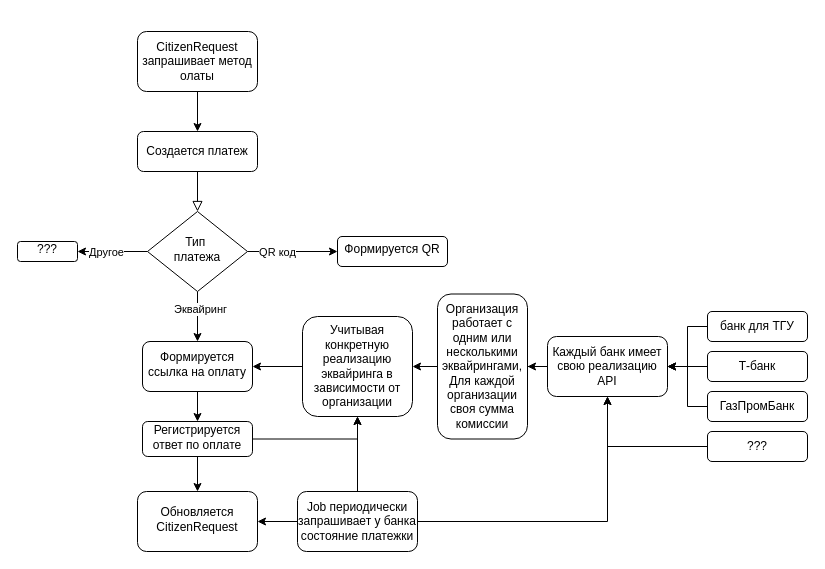
Before: Диаграмма без названия.drawio in galemwendar/galemwendar, a draw.io diagram. Source tidied: cells renumbered, new cells numbered last; positions are measured from the earlier drawing's top-left corner, leaving out a move shared by most shapes. Both pictures are drawn from the tidied source at 100%, with x=0, y=0 at pixel (17, 31).
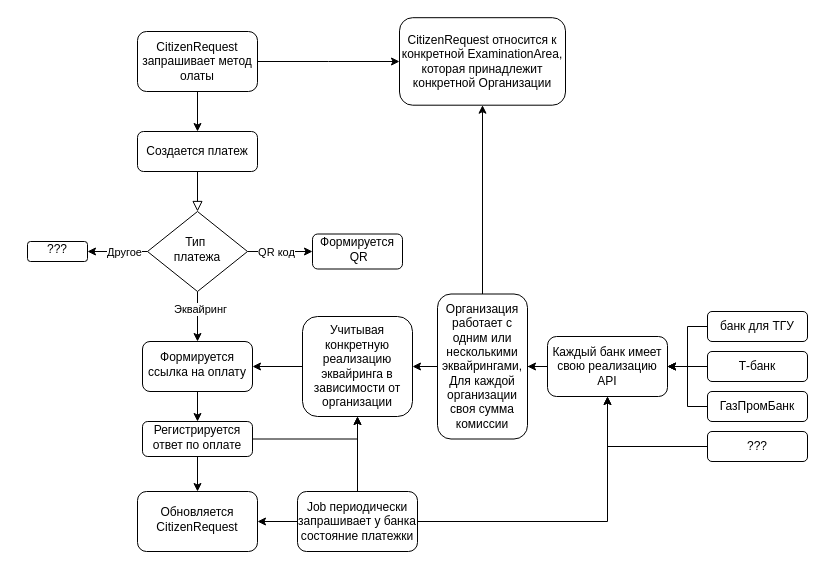
The same page after the edit.

Commit message (it also covers changes not shown here):
Flow_Im_Payments

Unchanged cells that the change refers to:
```xml
<mxCell id="4" style="edgeStyle=orthogonalEdgeStyle;rounded=0;jettySize=auto;html=1;" parent="1" edge="1" source="10" target="11">
  <mxGeometry relative="1" as="geometry" />
</mxCell>
<mxCell id="6" style="edgeStyle=orthogonalEdgeStyle;rounded=0;jettySize=auto;html=1;" parent="1" edge="1" source="10" target="12">
  <mxGeometry relative="1" as="geometry" />
</mxCell>
<mxCell id="26" value="CitizenRequest запрашивает метод олаты" style="rounded=1;whiteSpace=wrap;html=1;" parent="1" vertex="1">
  <mxGeometry x="120" width="120" height="60" as="geometry" />
</mxCell>
<mxCell id="30" value="&lt;div&gt;Организация&lt;/div&gt;&lt;div&gt;работает с одним или несколькими эквайрингами, Для каждой организации своя сумма комиссии&lt;br&gt;&lt;/div&gt;" style="rounded=1;whiteSpace=wrap;html=1;" parent="1" vertex="1">
  <mxGeometry x="420" y="262.5" width="90" height="145" as="geometry" />
</mxCell>
```

Diff of the diagram source:
```diff
@@
     <mxCell id="5" value="Другое" style="edgeLabel;html=1;align=center;verticalAlign=middle;" parent="4" vertex="1">
-      <mxGeometry x="0.21" relative="1" as="geometry" />
+      <mxGeometry x="0.21" relative="1" as="geometry">
+        <mxPoint x="12" as="offset" />
+      </mxGeometry>
     </mxCell>
@@
     <mxCell id="7" value="QR код" style="edgeLabel;html=1;align=center;verticalAlign=middle;" parent="6" vertex="1">
-      <mxGeometry x="-0.35" relative="1" as="geometry" />
+      <mxGeometry x="-0.35" relative="1" as="geometry">
+        <mxPoint x="7" as="offset" />
+      </mxGeometry>
     </mxCell>
@@
     <mxCell id="11" value="&lt;div&gt;???&lt;/div&gt;" style="rounded=1;whiteSpace=wrap;html=1;shadow=0;strokeWidth=1;spacing=6;spacingTop=-4;" parent="1" vertex="1">
-      <mxGeometry y="210" width="60" height="20" as="geometry" />
+      <mxGeometry x="10" y="210" width="60" height="20" as="geometry" />
     </mxCell>
-    <mxCell id="12" value="Формируется QR" style="rounded=1;whiteSpace=wrap;html=1;shadow=0;strokeWidth=1;spacing=6;spacingTop=-4;" parent="1" vertex="1">
-      <mxGeometry x="320" y="205" width="110" height="30" as="geometry" />
+    <mxCell id="12" value="&lt;div&gt;Формируется&lt;/div&gt;&lt;div&gt;&amp;nbsp;QR&lt;/div&gt;" style="rounded=1;whiteSpace=wrap;html=1;shadow=0;strokeWidth=1;spacing=6;spacingTop=-4;" parent="1" vertex="1">
+      <mxGeometry x="295" y="202.5" width="90" height="35" as="geometry" />
     </mxCell>
@@
+    <mxCell id="39" style="edgeStyle=orthogonalEdgeStyle;rounded=0;jettySize=auto;html=1;" parent="1" edge="1" source="26" target="41">
+      <mxGeometry relative="1" as="geometry" />
+    </mxCell>
@@
+    <mxCell id="40" style="edgeStyle=orthogonalEdgeStyle;rounded=0;jettySize=auto;html=1;" parent="1" edge="1" source="30" target="41">
+      <mxGeometry relative="1" as="geometry" />
+    </mxCell>
@@
+    <mxCell id="41" value="CitizenRequest относится к конкретной ExaminationArea, которая принадлежит конкретной Организации" style="whiteSpace=wrap;html=1;rounded=1;" parent="1" vertex="1">
+      <mxGeometry x="382" y="-13.8" width="166" height="87.5" as="geometry" />
+    </mxCell>
```
